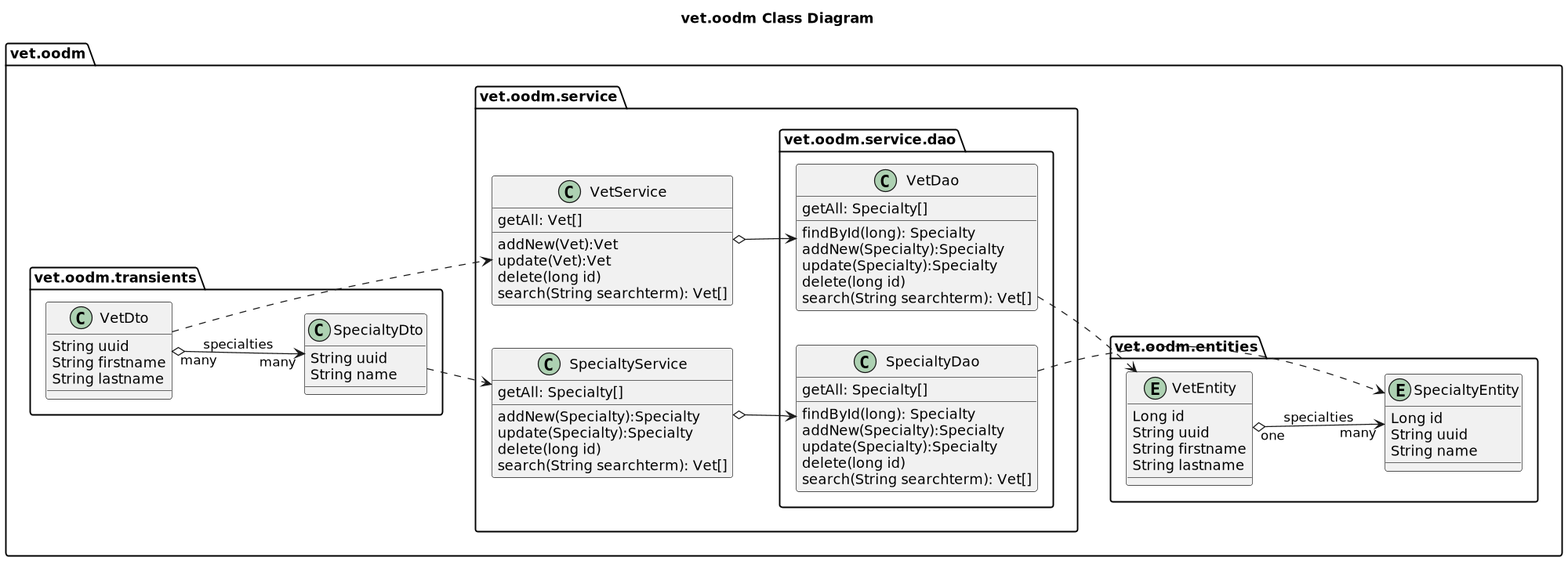
Above: etc/uml/vet/DB__Class-vet_oodm_Class_Diagram.png in Jakarta-EE-Petclinic/petclinic-uml (PlantUML), before the change.
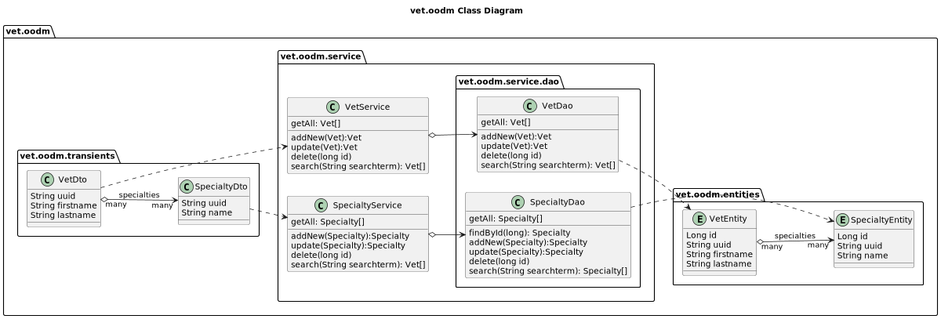
Above is the later version.

What changed in the source:
```diff
@@ -4,7 +4,7 @@
 
 left to right direction
 
-scale 2000 width
+scale 1200 width
 
 package vet.oodm {
 
@@ -23,7 +23,7 @@
             String name
         }
 
-        VetEntity "one" o--> "many" SpecialtyEntity: specialties
+        VetEntity "many" o--> "many" SpecialtyEntity: specialties
     }
 
     package vet.oodm.service {
@@ -46,12 +46,11 @@
 
         package vet.oodm.service.dao {
             class VetDao {
-                getAll: Specialty[]
-                findById(long): Specialty
-                addNew(Specialty):Specialty
-                update(Specialty):Specialty
-                delete(long id)
-                search(String searchterm): Vet[]
+               getAll: Vet[]
+               addNew(Vet):Vet
+               update(Vet):Vet
+               delete(long id)
+               search(String searchterm): Vet[]
             }
             class SpecialtyDao {
                 getAll: Specialty[]
@@ -59,7 +58,7 @@
                 addNew(Specialty):Specialty
                 update(Specialty):Specialty
                 delete(long id)
-                search(String searchterm): Vet[]
+                search(String searchterm): Specialty[]
             }
         }
 
```
